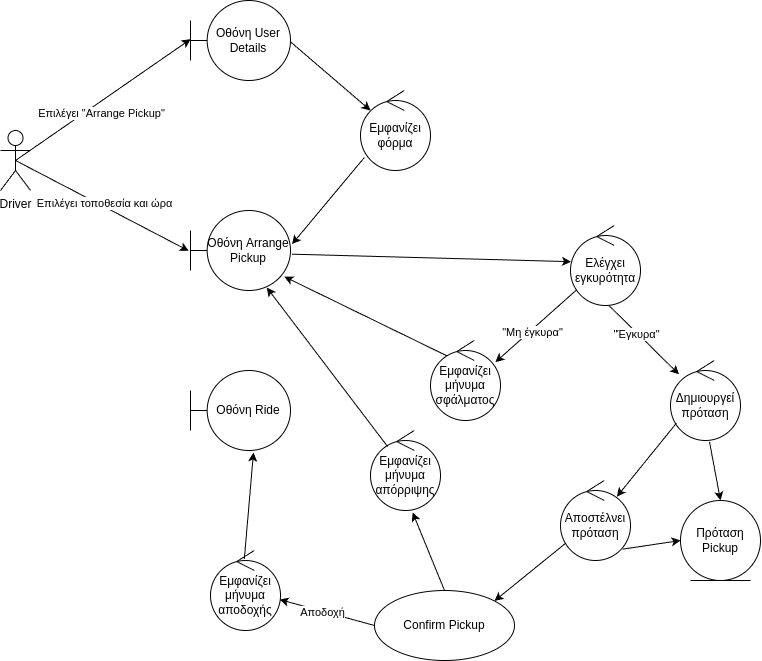
This is reports/arrange-pickup-robustness.drawio.png from YannisRavasopoulos/ProjectSD_S6, a draw.io export, as it was before one commit. Source tidied: cells renumbered, new cells last; positions are measured from the earlier drawing's top-left corner, leaving out a move shared by most shapes. Its diagram source:
```xml
<mxGraphModel>
  <root>
    <mxCell id="0" />
    <mxCell id="1" parent="0" />
    <mxCell id="2" value="Driver" style="shape=umlActor;verticalLabelPosition=bottom;verticalAlign=top;html=1;" parent="1" vertex="1">
      <mxGeometry y="130" width="30" height="60" as="geometry" />
    </mxCell>
    <mxCell id="3" value="Οθόνη User Details" style="shape=umlBoundary;whiteSpace=wrap;html=1;" parent="1" vertex="1">
      <mxGeometry x="190" width="100" height="80" as="geometry" />
    </mxCell>
    <mxCell id="4" style="endArrow=classic;html=1;exitX=0.5;exitY=0.5;exitDx=0;exitDy=0;exitPerimeter=0;entryX=0.001;entryY=0.483;entryDx=0;entryDy=0;entryPerimeter=0;" parent="1" edge="1" source="2" target="3">
      <mxGeometry relative="1" as="geometry" />
    </mxCell>
    <mxCell id="5" value="Επιλέγει &quot;Arrange Pickup&quot;" style="edgeLabel;html=1;align=center;verticalAlign=middle;" parent="4" vertex="1">
      <mxGeometry x="-0.19" y="3" relative="1" as="geometry">
        <mxPoint x="16" y="4" as="offset" />
      </mxGeometry>
    </mxCell>
    <mxCell id="6" value="Εμφανίζει φόρμα" style="ellipse;shape=umlControl;whiteSpace=wrap;html=1;" parent="1" vertex="1">
      <mxGeometry x="360" y="90" width="70" height="80" as="geometry" />
    </mxCell>
    <mxCell id="7" value="Οθόνη Arrange Pickup" style="shape=umlBoundary;whiteSpace=wrap;html=1;" parent="1" vertex="1">
      <mxGeometry x="190" y="210" width="100" height="80" as="geometry" />
    </mxCell>
    <mxCell id="8" style="endArrow=classic;html=1;exitX=0.998;exitY=0.515;exitDx=0;exitDy=0;exitPerimeter=0;entryX=0.143;entryY=0.25;entryDx=0;entryDy=0;entryPerimeter=0;" parent="1" edge="1" source="3" target="6">
      <mxGeometry relative="1" as="geometry" />
    </mxCell>
    <mxCell id="9" style="endArrow=classic;html=1;exitX=0.055;exitY=0.838;exitDx=0;exitDy=0;exitPerimeter=0;entryX=1.015;entryY=0.421;entryDx=0;entryDy=0;entryPerimeter=0;" parent="1" edge="1" source="6" target="7">
      <mxGeometry relative="1" as="geometry" />
    </mxCell>
    <mxCell id="10" style="endArrow=classic;html=1;exitX=0.5;exitY=0.5;exitDx=0;exitDy=0;exitPerimeter=0;entryX=-0.018;entryY=0.504;entryDx=0;entryDy=0;entryPerimeter=0;" parent="1" edge="1" source="2" target="7">
      <mxGeometry relative="1" as="geometry" />
    </mxCell>
    <mxCell id="11" value="Επιλέγει τοποθεσία και ώρα" style="edgeLabel;html=1;align=center;verticalAlign=middle;" parent="10" vertex="1">
      <mxGeometry x="-0.01" y="3" relative="1" as="geometry" />
    </mxCell>
    <mxCell id="12" value="Ελέγχει εγκυρότητα" style="ellipse;shape=umlControl;whiteSpace=wrap;html=1;" parent="1" vertex="1">
      <mxGeometry x="570" y="225" width="70" height="80" as="geometry" />
    </mxCell>
    <mxCell id="13" style="endArrow=classic;html=1;exitX=1.015;exitY=0.546;exitDx=0;exitDy=0;exitPerimeter=0;entryX=0.007;entryY=0.452;entryDx=0;entryDy=0;entryPerimeter=0;" parent="1" edge="1" source="7" target="12">
      <mxGeometry relative="1" as="geometry" />
    </mxCell>
    <mxCell id="14" value="Δημιουργεί πρόταση" style="ellipse;shape=umlControl;whiteSpace=wrap;html=1;" parent="1" vertex="1">
      <mxGeometry x="670" y="360" width="70" height="80" as="geometry" />
    </mxCell>
    <mxCell id="15" style="endArrow=classic;html=1;exitX=0.552;exitY=1.003;exitDx=0;exitDy=0;exitPerimeter=0;" parent="1" edge="1" source="12" target="14">
      <mxGeometry relative="1" as="geometry" />
    </mxCell>
    <mxCell id="16" value="&quot;Έγκυρα&quot;" style="edgeLabel;html=1;align=center;verticalAlign=middle;" parent="15" vertex="1">
      <mxGeometry x="-0.21" y="-1" relative="1" as="geometry" />
    </mxCell>
    <mxCell id="17" value="Εμφανίζει μήνυμα σφάλματος" style="ellipse;shape=umlControl;whiteSpace=wrap;html=1;" parent="1" vertex="1">
      <mxGeometry x="430" y="340" width="70" height="80" as="geometry" />
    </mxCell>
    <mxCell id="18" style="endArrow=classic;html=1;exitX=0.089;exitY=0.803;exitDx=0;exitDy=0;exitPerimeter=0;entryX=0.927;entryY=0.271;entryDx=0;entryDy=0;entryPerimeter=0;" parent="1" edge="1" source="12" target="17">
      <mxGeometry relative="1" as="geometry" />
    </mxCell>
    <mxCell id="19" value="&quot;Μη έγκυρα&quot;" style="edgeLabel;html=1;align=center;verticalAlign=middle;" parent="18" vertex="1">
      <mxGeometry x="0.13" y="2" relative="1" as="geometry" />
    </mxCell>
    <mxCell id="20" style="endArrow=classic;html=1;exitX=0.237;exitY=0.193;exitDx=0;exitDy=0;exitPerimeter=0;entryX=0.938;entryY=0.827;entryDx=0;entryDy=0;entryPerimeter=0;" parent="1" edge="1" source="17" target="7">
      <mxGeometry relative="1" as="geometry" />
    </mxCell>
    <mxCell id="21" value="Πρόταση Pickup" style="ellipse;shape=umlEntity;whiteSpace=wrap;html=1;" parent="1" vertex="1">
      <mxGeometry x="680" y="500" width="80" height="80" as="geometry" />
    </mxCell>
    <mxCell id="22" style="endArrow=classic;html=1;exitX=0.557;exitY=1.016;exitDx=0;exitDy=0;exitPerimeter=0;entryX=0.5;entryY=0;entryDx=0;entryDy=0;" parent="1" edge="1" source="14" target="21">
      <mxGeometry relative="1" as="geometry" />
    </mxCell>
    <mxCell id="23" value="Αποστέλνει πρόταση" style="ellipse;shape=umlControl;whiteSpace=wrap;html=1;" parent="1" vertex="1">
      <mxGeometry x="560" y="480" width="70" height="80" as="geometry" />
    </mxCell>
    <mxCell id="24" style="endArrow=classic;html=1;exitX=0.084;exitY=0.784;exitDx=0;exitDy=0;exitPerimeter=0;entryX=0.805;entryY=0.202;entryDx=0;entryDy=0;entryPerimeter=0;" parent="1" edge="1" source="14" target="23">
      <mxGeometry relative="1" as="geometry" />
    </mxCell>
    <mxCell id="25" value="Confirm Pickup" style="ellipse;whiteSpace=wrap;html=1;" parent="1" vertex="1">
      <mxGeometry x="374" y="590" width="140" height="70" as="geometry" />
    </mxCell>
    <mxCell id="26" style="endArrow=classic;html=1;exitX=0.074;exitY=0.784;exitDx=0;exitDy=0;exitPerimeter=0;entryX=1;entryY=0;entryDx=0;entryDy=0;" parent="1" edge="1" source="23" target="25">
      <mxGeometry relative="1" as="geometry" />
    </mxCell>
    <mxCell id="27" style="endArrow=classic;html=1;exitX=0.888;exitY=0.858;exitDx=0;exitDy=0;exitPerimeter=0;entryX=0;entryY=0.5;entryDx=0;entryDy=0;" parent="1" edge="1" source="23" target="21">
      <mxGeometry relative="1" as="geometry" />
    </mxCell>
    <mxCell id="28" style="endArrow=classic;html=1;exitX=0;exitY=0.5;exitDx=0;exitDy=0;" parent="1" edge="1" source="25" target="30">
      <mxGeometry relative="1" as="geometry" />
    </mxCell>
    <mxCell id="29" value="Αποδοχή" style="edgeLabel;html=1;align=center;verticalAlign=middle;" parent="28" vertex="1">
      <mxGeometry x="0.1" y="1" relative="1" as="geometry" />
    </mxCell>
    <mxCell id="30" value="Εμφανίζει μήνυμα αποδοχής" style="ellipse;shape=umlControl;whiteSpace=wrap;html=1;" parent="1" vertex="1">
      <mxGeometry x="210" y="550" width="70" height="80" as="geometry" />
    </mxCell>
    <mxCell id="31" style="endArrow=classic;html=1;entryX=0.63;entryY=1.025;entryDx=0;entryDy=0;entryPerimeter=0;exitX=0.483;exitY=0.108;exitDx=0;exitDy=0;exitPerimeter=0;" parent="1" edge="1" source="30" target="32">
      <mxGeometry relative="1" as="geometry" />
    </mxCell>
    <mxCell id="32" value="Οθόνη Ride" style="shape=umlBoundary;whiteSpace=wrap;html=1;" parent="1" vertex="1">
      <mxGeometry x="190" y="370" width="100" height="80" as="geometry" />
    </mxCell>
    <mxCell id="33" value="Εμφανίζει μήνυμα απόρριψης" style="ellipse;shape=umlControl;whiteSpace=wrap;html=1;" parent="1" vertex="1">
      <mxGeometry x="370" y="430" width="70" height="80" as="geometry" />
    </mxCell>
    <mxCell id="34" style="endArrow=classic;html=1;entryX=0.763;entryY=0.963;entryDx=0;entryDy=0;entryPerimeter=0;exitX=0.245;exitY=0.202;exitDx=0;exitDy=0;exitPerimeter=0;" parent="1" edge="1" source="33" target="7">
      <mxGeometry relative="1" as="geometry" />
    </mxCell>
    <mxCell id="35" style="endArrow=classic;html=1;exitX=0.5;exitY=0;exitDx=0;exitDy=0;entryX=0.602;entryY=1.025;entryDx=0;entryDy=0;entryPerimeter=0;" parent="1" edge="1" source="25" target="33">
      <mxGeometry relative="1" as="geometry" />
    </mxCell>
  </root>
</mxGraphModel>
```
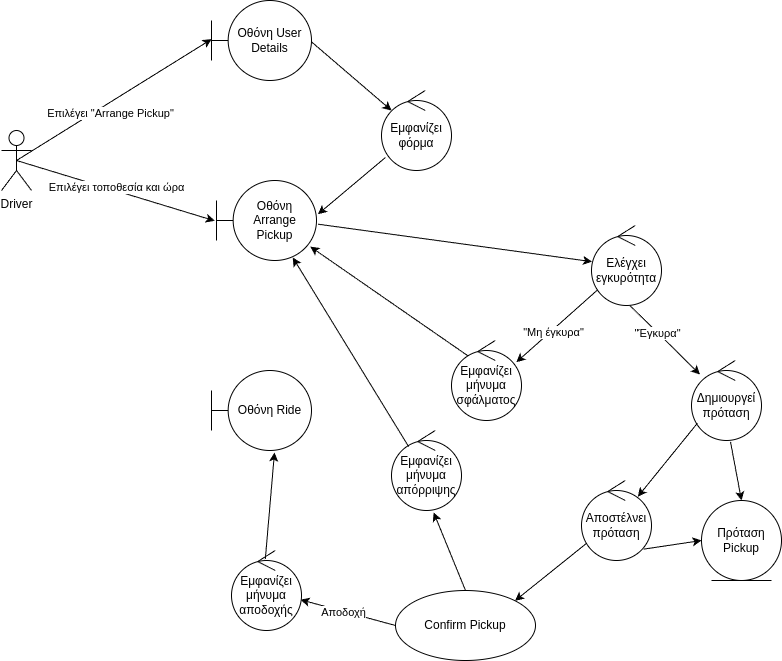
Later version of the same file.

Diff of the diagram source:
```diff
@@ -1,9 +1,9 @@
-<mxGraphModel>
+<mxGraphModel background="#ffffff">
   <root>
     <mxCell id="0" />
     <mxCell id="1" parent="0" />
     <mxCell id="2" value="Driver" style="shape=umlActor;verticalLabelPosition=bottom;verticalAlign=top;html=1;" parent="1" vertex="1">
-      <mxGeometry y="130" width="30" height="60" as="geometry" />
+      <mxGeometry x="-20" y="130" width="30" height="60" as="geometry" />
     </mxCell>
     <mxCell id="3" value="Οθόνη User Details" style="shape=umlBoundary;whiteSpace=wrap;html=1;" parent="1" vertex="1">
       <mxGeometry x="190" width="100" height="80" as="geometry" />
@@ -20,7 +20,7 @@
       <mxGeometry x="360" y="90" width="70" height="80" as="geometry" />
     </mxCell>
     <mxCell id="7" value="Οθόνη Arrange Pickup" style="shape=umlBoundary;whiteSpace=wrap;html=1;" parent="1" vertex="1">
-      <mxGeometry x="190" y="210" width="100" height="80" as="geometry" />
+      <mxGeometry x="195" y="180" width="100" height="80" as="geometry" />
     </mxCell>
     <mxCell id="8" style="endArrow=classic;html=1;exitX=0.998;exitY=0.515;exitDx=0;exitDy=0;exitPerimeter=0;entryX=0.143;entryY=0.25;entryDx=0;entryDy=0;entryPerimeter=0;" parent="1" edge="1" source="3" target="6">
       <mxGeometry relative="1" as="geometry" />
```
